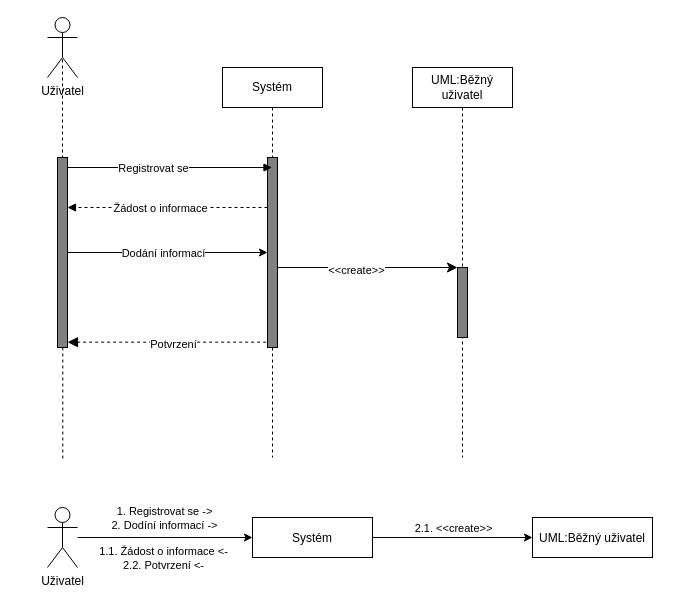
dan1235689/Diagrams keeps this draw.io diagram as page "Regidter" (1 of 12) of IUS/IUS_projekt/Sequence.drawio. Above is the earlier version. Source tidied: cells renumbered, new cells numbered last; positions are measured from the earlier drawing's top-left corner, leaving out a move shared by most shapes. Both pictures are drawn from the tidied source at 100%, with x=0, y=0 at pixel (47, 17).
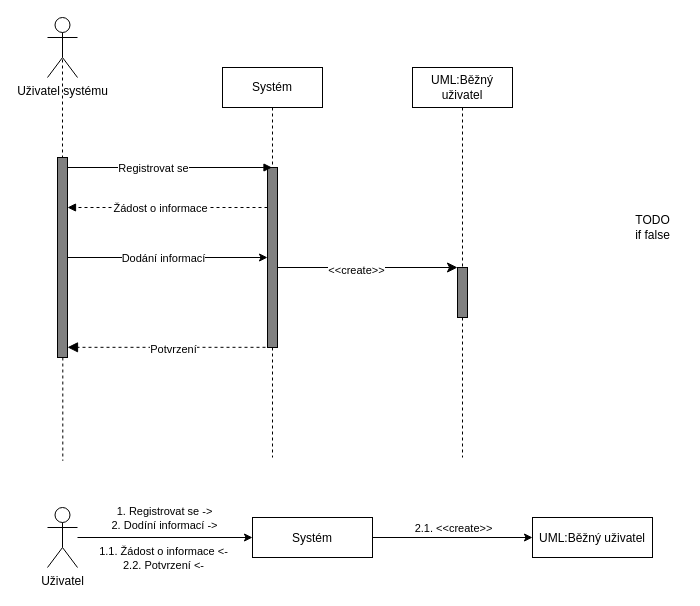
The same diagram, later.

The change refers to these unchanged cells:
```xml
<mxCell id="2" value="Systém" style="shape=umlLifeline;perimeter=lifelinePerimeter;whiteSpace=wrap;html=1;outlineConnect=0;" parent="1" vertex="1">
  <mxGeometry x="175" y="50" width="100" height="390" as="geometry" />
</mxCell>
<mxCell id="14" value="&lt;span style=&quot;&quot;&gt;UML:Běžný uživatel&lt;/span&gt;" style="shape=umlLifeline;perimeter=lifelinePerimeter;whiteSpace=wrap;html=1;" parent="1" vertex="1">
  <mxGeometry x="365" y="50" width="100" height="390" as="geometry" />
</mxCell>
```

The edit, as a diff of the source:
```diff
@@
     <mxCell id="3" style="html=1;points=[];perimeter=orthogonalPerimeter;fillColor=#808080;" parent="2" vertex="1">
-      <mxGeometry x="45" y="90" width="10" height="190" as="geometry" />
+      <mxGeometry x="45" y="100" width="10" height="180" as="geometry" />
     </mxCell>
@@
-    <mxCell id="7" value="Uživatel" style="shape=umlActor;verticalLabelPosition=bottom;verticalAlign=top;html=1;" parent="1" vertex="1">
+    <mxCell id="7" value="Uživatel systému" style="shape=umlActor;verticalLabelPosition=bottom;verticalAlign=top;html=1;" parent="1" vertex="1">
       <mxGeometry width="30" height="60" as="geometry" />
     </mxCell>
@@
     <mxCell id="9" style="html=1;points=[];perimeter=orthogonalPerimeter;fillColor=#808080;" parent="1" vertex="1">
-      <mxGeometry x="10" y="140" width="10" height="190" as="geometry" />
+      <mxGeometry x="10" y="140" width="10" height="200" as="geometry" />
     </mxCell>
@@
     <mxCell id="15" style="html=1;points=[];perimeter=orthogonalPerimeter;fillColor=#808080;" parent="14" vertex="1">
-      <mxGeometry x="45" y="200" width="10" height="70" as="geometry" />
+      <mxGeometry x="45" y="200" width="10" height="50" as="geometry" />
     </mxCell>
@@
-    <mxCell id="18" style="endArrow=block;startArrow=none;endFill=1;startFill=0;endSize=8;html=1;verticalAlign=bottom;dashed=1;labelBackgroundColor=none;exitX=-0.133;exitY=0.972;exitDx=0;exitDy=0;exitPerimeter=0;" parent="1" edge="1" source="3" target="9">
+    <mxCell id="18" style="endArrow=block;startArrow=none;endFill=1;startFill=0;endSize=8;html=1;verticalAlign=bottom;dashed=1;labelBackgroundColor=none;exitX=-0.2;exitY=0.999;exitDx=0;exitDy=0;exitPerimeter=0;" parent="1" edge="1" source="3" target="9">
       <mxGeometry relative="1" as="geometry" />
     </mxCell>
@@
+    <mxCell id="29" value="TODO&lt;br&gt;if false" style="text;html=1;align=center;verticalAlign=middle;strokeColor=none;fillColor=none;" parent="1" vertex="1">
+      <mxGeometry x="575" y="190" width="60" height="40" as="geometry" />
+    </mxCell>
```
